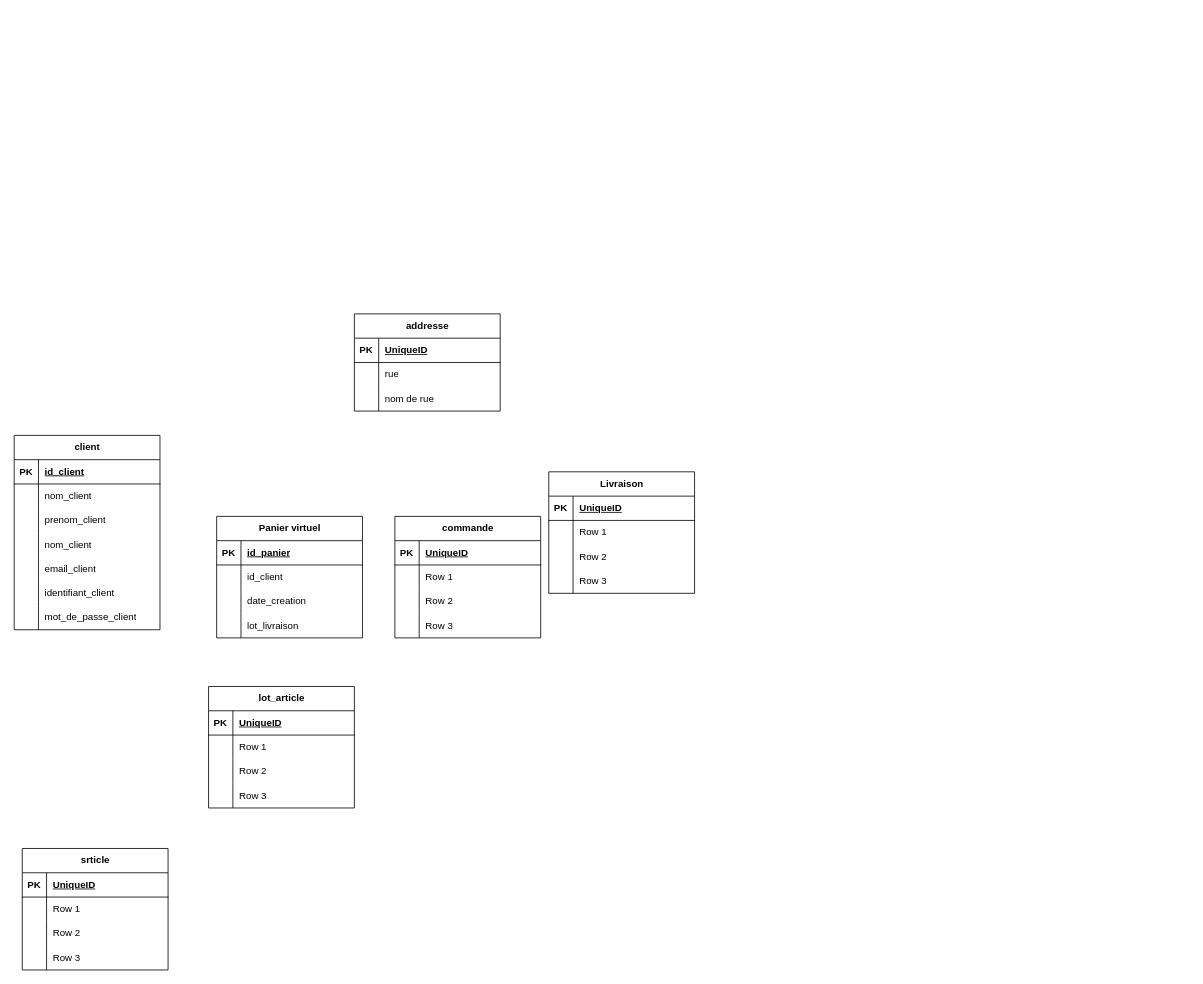
The draw.io diagram modèle site.drawio in franck-code/tests, before the edit. Source tidied: cells renumbered, new cells numbered last; positions are measured from the earlier drawing's top-left corner, leaving out a move shared by most shapes. Both pictures are drawn from the tidied source at 81%, with x=0, y=0 at pixel (14, 313).
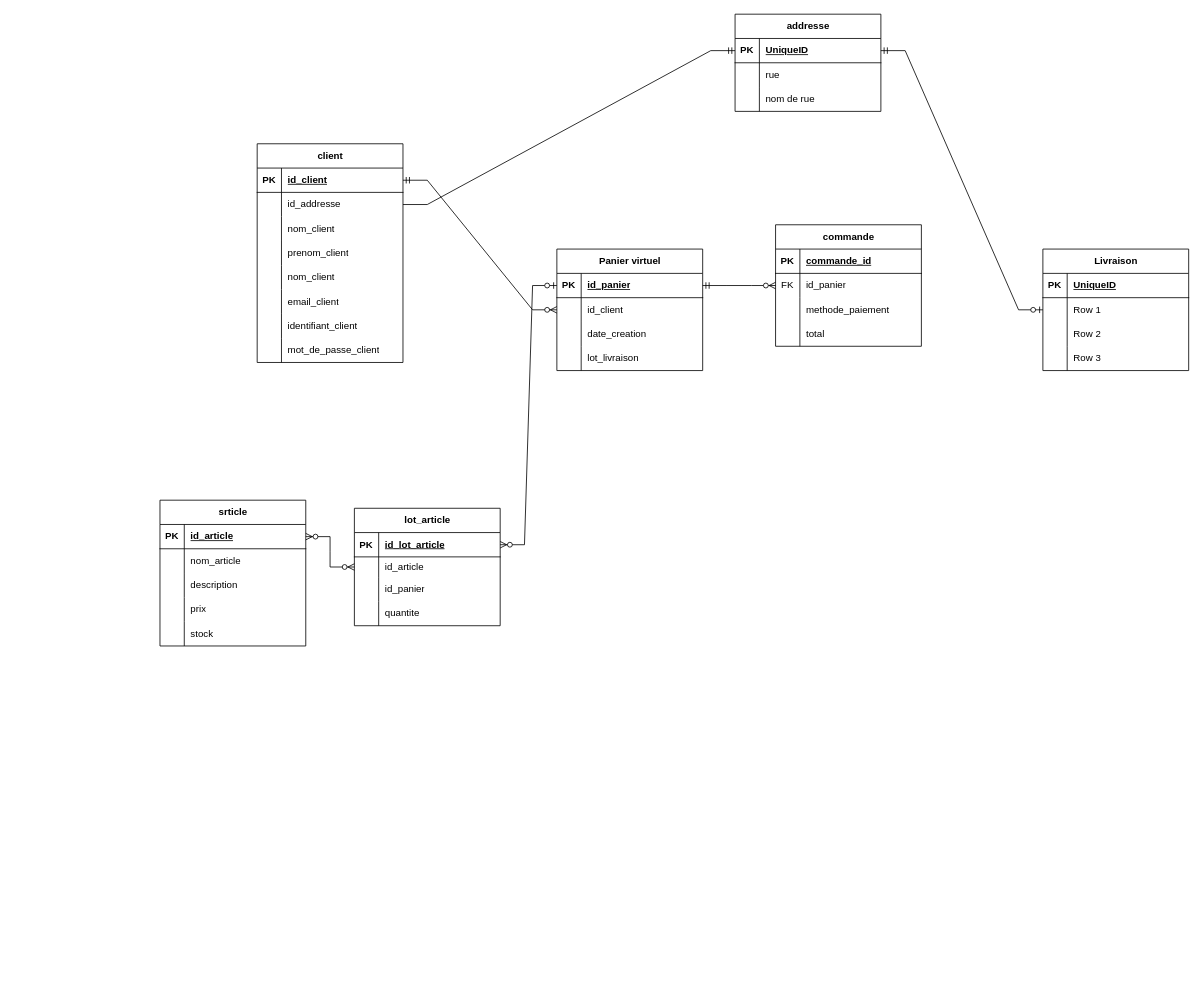
The same page after the edit.

Commit message (it also covers changes not shown here):
Mettre à jour modèle site.drawio

The change refers to these unchanged cells:
```xml
<mxCell id="3" style="shape=tableRow;horizontal=0;startSize=0;swimlaneHead=0;swimlaneBody=0;fillColor=none;points=[[0,0.5],[1,0.5]];portConstraint=eastwest;top=0;left=0;right=0;bottom=1;" parent="2" vertex="1">
  <mxGeometry y="30" width="180" height="30" as="geometry" />
</mxCell>
<mxCell id="25" style="shape=tableRow;horizontal=0;startSize=0;swimlaneHead=0;swimlaneBody=0;fillColor=none;points=[[0,0.5],[1,0.5]];portConstraint=eastwest;top=0;left=0;right=0;bottom=1;" parent="24" vertex="1">
  <mxGeometry y="30" width="180" height="30" as="geometry" />
</mxCell>
<mxCell id="28" style="shape=tableRow;horizontal=0;startSize=0;swimlaneHead=0;swimlaneBody=0;fillColor=none;points=[[0,0.5],[1,0.5]];portConstraint=eastwest;top=0;left=0;right=0;bottom=0;" parent="24" vertex="1">
  <mxGeometry y="60" width="180" height="30" as="geometry" />
</mxCell>
<mxCell id="38" style="shape=tableRow;horizontal=0;startSize=0;swimlaneHead=0;swimlaneBody=0;fillColor=none;points=[[0,0.5],[1,0.5]];portConstraint=eastwest;top=0;left=0;right=0;bottom=1;" parent="37" vertex="1">
  <mxGeometry y="30" width="180" height="30" as="geometry" />
</mxCell>
<mxCell id="51" style="shape=tableRow;horizontal=0;startSize=0;swimlaneHead=0;swimlaneBody=0;fillColor=none;points=[[0,0.5],[1,0.5]];portConstraint=eastwest;top=0;left=0;right=0;bottom=0;" parent="47" vertex="1">
  <mxGeometry y="60" width="180" height="30" as="geometry" />
</mxCell>
<mxCell id="61" style="shape=tableRow;horizontal=0;startSize=0;swimlaneHead=0;swimlaneBody=0;fillColor=none;points=[[0,0.5],[1,0.5]];portConstraint=eastwest;top=0;left=0;right=0;bottom=1;" parent="60" vertex="1">
  <mxGeometry y="30" width="180" height="30" as="geometry" />
</mxCell>
<mxCell id="64" style="shape=tableRow;horizontal=0;startSize=0;swimlaneHead=0;swimlaneBody=0;fillColor=none;top=0;left=0;right=0;bottom=0;" parent="60" vertex="1">
  <mxGeometry y="60" width="180" height="30" as="geometry" />
</mxCell>
<mxCell id="67" style="shape=tableRow;horizontal=0;startSize=0;swimlaneHead=0;swimlaneBody=0;fillColor=none;top=0;left=0;right=0;bottom=0;" parent="60" vertex="1">
  <mxGeometry y="90" width="180" height="30" as="geometry" />
</mxCell>
<mxCell id="70" style="shape=tableRow;horizontal=0;startSize=0;swimlaneHead=0;swimlaneBody=0;fillColor=none;top=0;left=0;right=0;bottom=0;" parent="60" vertex="1">
  <mxGeometry y="120" width="180" height="30" as="geometry" />
</mxCell>
<mxCell id="74" style="shape=tableRow;horizontal=0;startSize=0;swimlaneHead=0;swimlaneBody=0;fillColor=none;points=[[0,0.5],[1,0.5]];portConstraint=eastwest;top=0;left=0;right=0;bottom=1;" parent="73" vertex="1">
  <mxGeometry y="30" width="180" height="30" as="geometry" />
</mxCell>
<mxCell id="87" style="shape=tableRow;horizontal=0;startSize=0;swimlaneHead=0;swimlaneBody=0;fillColor=none;top=0;left=0;right=0;bottom=1;" parent="86" vertex="1">
  <mxGeometry y="30" width="180" height="30" as="geometry" />
</mxCell>
<mxCell id="90" style="shape=tableRow;horizontal=0;startSize=0;swimlaneHead=0;swimlaneBody=0;fillColor=none;points=[[0,0.5],[1,0.5]];portConstraint=eastwest;top=0;left=0;right=0;bottom=0;" parent="86" vertex="1">
  <mxGeometry y="60" width="180" height="30" as="geometry" />
</mxCell>
<mxCell id="93" style="shape=tableRow;horizontal=0;startSize=0;swimlaneHead=0;swimlaneBody=0;fillColor=none;top=0;left=0;right=0;bottom=0;" parent="86" vertex="1">
  <mxGeometry y="90" width="180" height="30" as="geometry" />
</mxCell>
<mxCell id="96" style="shape=tableRow;horizontal=0;startSize=0;swimlaneHead=0;swimlaneBody=0;fillColor=none;top=0;left=0;right=0;bottom=0;" parent="86" vertex="1">
  <mxGeometry y="120" width="180" height="30" as="geometry" />
</mxCell>
```

The edit, as a diff of the source:
```diff
@@
     <mxCell id="2" value="client" style="shape=table;startSize=30;childLayout=tableLayout;rowLines=0;fontStyle=1;align=center;html=1;" parent="1" vertex="1">
-      <mxGeometry y="150" width="180" height="240" as="geometry" />
+      <mxGeometry x="300" y="-210" width="180" height="270" as="geometry" />
     </mxCell>
@@
+    <mxCell id="99" style="shape=tableRow;horizontal=0;startSize=0;swimlaneHead=0;swimlaneBody=0;fillColor=none;points=[[0,0.5],[1,0.5]];portConstraint=eastwest;top=0;left=0;right=0;bottom=0;" parent="2" vertex="1">
+      <mxGeometry y="60" width="180" height="30" as="geometry" />
+    </mxCell>
+    <mxCell id="100" style="shape=partialRectangle;fillColor=none;top=0;left=0;bottom=0;right=0;overflow=hidden;whiteSpace=wrap;html=1;" parent="99" vertex="1">
+      <mxGeometry width="30" height="30" as="geometry" />
+    </mxCell>
+    <mxCell id="101" value="id_addresse" style="shape=partialRectangle;fillColor=none;top=0;left=0;bottom=0;right=0;align=left;spacingLeft=6;overflow=hidden;whiteSpace=wrap;html=1;" parent="99" vertex="1">
+      <mxGeometry x="30" width="150" height="30" as="geometry" />
+    </mxCell>
     <mxCell id="6" style="shape=tableRow;horizontal=0;startSize=0;swimlaneHead=0;swimlaneBody=0;fillColor=none;top=0;left=0;right=0;bottom=0;" parent="2" vertex="1">
-      <mxGeometry y="60" width="180" height="30" as="geometry" />
+      <mxGeometry y="90" width="180" height="30" as="geometry" />
     </mxCell>
@@
     <mxCell id="9" style="shape=tableRow;horizontal=0;startSize=0;swimlaneHead=0;swimlaneBody=0;fillColor=none;top=0;left=0;right=0;bottom=0;" parent="2" vertex="1">
-      <mxGeometry y="90" width="180" height="30" as="geometry" />
+      <mxGeometry y="120" width="180" height="30" as="geometry" />
     </mxCell>
@@
     <mxCell id="12" style="shape=tableRow;horizontal=0;startSize=0;swimlaneHead=0;swimlaneBody=0;fillColor=none;top=0;left=0;right=0;bottom=0;" parent="2" vertex="1">
-      <mxGeometry y="120" width="180" height="30" as="geometry" />
+      <mxGeometry y="150" width="180" height="30" as="geometry" />
     </mxCell>
@@
     <mxCell id="15" style="shape=tableRow;horizontal=0;startSize=0;swimlaneHead=0;swimlaneBody=0;fillColor=none;top=0;left=0;right=0;bottom=0;" parent="2" vertex="1">
-      <mxGeometry y="150" width="180" height="30" as="geometry" />
+      <mxGeometry y="180" width="180" height="30" as="geometry" />
     </mxCell>
@@
     <mxCell id="18" style="shape=tableRow;horizontal=0;startSize=0;swimlaneHead=0;swimlaneBody=0;fillColor=none;top=0;left=0;right=0;bottom=0;" parent="2" vertex="1">
-      <mxGeometry y="180" width="180" height="30" as="geometry" />
+      <mxGeometry y="210" width="180" height="30" as="geometry" />
     </mxCell>
@@
     <mxCell id="21" style="shape=tableRow;horizontal=0;startSize=0;swimlaneHead=0;swimlaneBody=0;fillColor=none;top=0;left=0;right=0;bottom=0;" parent="2" vertex="1">
-      <mxGeometry y="210" width="180" height="30" as="geometry" />
+      <mxGeometry y="240" width="180" height="30" as="geometry" />
     </mxCell>
@@
     <mxCell id="24" value="Panier virtuel" style="shape=table;startSize=30;childLayout=tableLayout;rowLines=0;fontStyle=1;align=center;html=1;" parent="1" vertex="1">
-      <mxGeometry x="250" y="250" width="180" height="150" as="geometry" />
+      <mxGeometry x="670" y="-80" width="180" height="150" as="geometry" />
     </mxCell>
@@
     <mxCell id="37" value="addresse" style="shape=table;startSize=30;childLayout=tableLayout;rowLines=0;fontStyle=1;align=center;html=1;" parent="1" vertex="1">
-      <mxGeometry x="420" width="180" height="120" as="geometry" />
+      <mxGeometry x="890" y="-370" width="180" height="120" as="geometry" />
     </mxCell>
@@
     <mxCell id="47" value="Livraison" style="shape=table;startSize=30;childLayout=tableLayout;rowLines=0;fontStyle=1;align=center;html=1;" parent="1" vertex="1">
-      <mxGeometry x="660" y="195" width="180" height="150" as="geometry" />
+      <mxGeometry x="1270" y="-80" width="180" height="150" as="geometry" />
     </mxCell>
@@
     <mxCell id="60" value="srticle" style="shape=table;startSize=30;childLayout=tableLayout;rowLines=0;fontStyle=1;align=center;html=1;" parent="1" vertex="1">
-      <mxGeometry x="10" y="660" width="180" height="150" as="geometry" />
+      <mxGeometry x="180" y="230" width="180" height="180" as="geometry" />
     </mxCell>
@@
-    <mxCell id="63" value="UniqueID" style="shape=partialRectangle;fillColor=none;top=0;left=0;bottom=0;right=0;align=left;spacingLeft=6;fontStyle=5;overflow=hidden;whiteSpace=wrap;html=1;" parent="61" vertex="1">
+    <mxCell id="63" value="id_article" style="shape=partialRectangle;fillColor=none;top=0;left=0;bottom=0;right=0;align=left;spacingLeft=6;fontStyle=5;overflow=hidden;whiteSpace=wrap;html=1;" parent="61" vertex="1">
       <mxGeometry x="30" width="150" height="30" as="geometry" />
     </mxCell>
@@
-    <mxCell id="66" value="Row 1" style="shape=partialRectangle;fillColor=none;top=0;left=0;bottom=0;right=0;align=left;spacingLeft=6;overflow=hidden;whiteSpace=wrap;html=1;" parent="64" vertex="1">
+    <mxCell id="66" value="nom_article" style="shape=partialRectangle;fillColor=none;top=0;left=0;bottom=0;right=0;align=left;spacingLeft=6;overflow=hidden;whiteSpace=wrap;html=1;" parent="64" vertex="1">
       <mxGeometry x="30" width="150" height="30" as="geometry" />
     </mxCell>
@@
-    <mxCell id="69" value="Row 2" style="shape=partialRectangle;fillColor=none;top=0;left=0;bottom=0;right=0;align=left;spacingLeft=6;overflow=hidden;whiteSpace=wrap;html=1;" parent="67" vertex="1">
+    <mxCell id="69" value="description" style="shape=partialRectangle;fillColor=none;top=0;left=0;bottom=0;right=0;align=left;spacingLeft=6;overflow=hidden;whiteSpace=wrap;html=1;" parent="67" vertex="1">
       <mxGeometry x="30" width="150" height="30" as="geometry" />
     </mxCell>
@@
-    <mxCell id="72" value="Row 3" style="shape=partialRectangle;fillColor=none;top=0;left=0;bottom=0;right=0;align=left;spacingLeft=6;overflow=hidden;whiteSpace=wrap;html=1;" parent="70" vertex="1">
+    <mxCell id="72" value="prix" style="shape=partialRectangle;fillColor=none;top=0;left=0;bottom=0;right=0;align=left;spacingLeft=6;overflow=hidden;whiteSpace=wrap;html=1;" parent="70" vertex="1">
       <mxGeometry x="30" width="150" height="30" as="geometry" />
     </mxCell>
+    <mxCell id="102" style="shape=tableRow;horizontal=0;startSize=0;swimlaneHead=0;swimlaneBody=0;fillColor=none;top=0;left=0;right=0;bottom=0;" parent="60" vertex="1">
+      <mxGeometry y="150" width="180" height="30" as="geometry" />
+    </mxCell>
+    <mxCell id="103" style="shape=partialRectangle;fillColor=none;top=0;left=0;bottom=0;right=0;overflow=hidden;whiteSpace=wrap;html=1;" parent="102" vertex="1">
+      <mxGeometry width="30" height="30" as="geometry" />
+    </mxCell>
+    <mxCell id="104" value="stock" style="shape=partialRectangle;fillColor=none;top=0;left=0;bottom=0;right=0;align=left;spacingLeft=6;overflow=hidden;whiteSpace=wrap;html=1;" parent="102" vertex="1">
+      <mxGeometry x="30" width="150" height="30" as="geometry" />
+    </mxCell>
     <mxCell id="73" value="lot_article" style="shape=table;startSize=30;childLayout=tableLayout;rowLines=0;fontStyle=1;align=center;html=1;" parent="1" vertex="1">
-      <mxGeometry x="240" y="460" width="180" height="150" as="geometry" />
+      <mxGeometry x="420" y="240" width="180" height="145" as="geometry" />
     </mxCell>
@@
-    <mxCell id="76" value="UniqueID" style="shape=partialRectangle;fillColor=none;top=0;left=0;bottom=0;right=0;align=left;spacingLeft=6;fontStyle=5;overflow=hidden;whiteSpace=wrap;html=1;" parent="74" vertex="1">
+    <mxCell id="76" value="id_lot_article" style="shape=partialRectangle;fillColor=none;top=0;left=0;bottom=0;right=0;align=left;spacingLeft=6;fontStyle=5;overflow=hidden;whiteSpace=wrap;html=1;" parent="74" vertex="1">
       <mxGeometry x="30" width="150" height="30" as="geometry" />
     </mxCell>
     <mxCell id="77" style="shape=tableRow;horizontal=0;startSize=0;swimlaneHead=0;swimlaneBody=0;fillColor=none;points=[[0,0.5],[1,0.5]];portConstraint=eastwest;top=0;left=0;right=0;bottom=0;" parent="73" vertex="1">
-      <mxGeometry y="60" width="180" height="30" as="geometry" />
+      <mxGeometry y="60" width="180" height="25" as="geometry" />
     </mxCell>
     <mxCell id="78" style="shape=partialRectangle;fillColor=none;top=0;left=0;bottom=0;right=0;overflow=hidden;whiteSpace=wrap;html=1;" parent="77" vertex="1">
-      <mxGeometry width="30" height="30" as="geometry" />
+      <mxGeometry width="30" height="25" as="geometry" />
     </mxCell>
-    <mxCell id="79" value="Row 1" style="shape=partialRectangle;fillColor=none;top=0;left=0;bottom=0;right=0;align=left;spacingLeft=6;overflow=hidden;whiteSpace=wrap;html=1;" parent="77" vertex="1">
-      <mxGeometry x="30" width="150" height="30" as="geometry" />
+    <mxCell id="79" value="id_article" style="shape=partialRectangle;fillColor=none;top=0;left=0;bottom=0;right=0;align=left;spacingLeft=6;overflow=hidden;whiteSpace=wrap;html=1;" parent="77" vertex="1">
+      <mxGeometry x="30" width="150" height="25" as="geometry" />
     </mxCell>
     <mxCell id="80" style="shape=tableRow;horizontal=0;startSize=0;swimlaneHead=0;swimlaneBody=0;fillColor=none;top=0;left=0;right=0;bottom=0;" parent="73" vertex="1">
-      <mxGeometry y="90" width="180" height="30" as="geometry" />
+      <mxGeometry y="85" width="180" height="30" as="geometry" />
     </mxCell>
@@
-    <mxCell id="82" value="Row 2" style="shape=partialRectangle;fillColor=none;top=0;left=0;bottom=0;right=0;align=left;spacingLeft=6;overflow=hidden;whiteSpace=wrap;html=1;" parent="80" vertex="1">
+    <mxCell id="82" value="id_panier" style="shape=partialRectangle;fillColor=none;top=0;left=0;bottom=0;right=0;align=left;spacingLeft=6;overflow=hidden;whiteSpace=wrap;html=1;" parent="80" vertex="1">
       <mxGeometry x="30" width="150" height="30" as="geometry" />
     </mxCell>
     <mxCell id="83" style="shape=tableRow;horizontal=0;startSize=0;swimlaneHead=0;swimlaneBody=0;fillColor=none;top=0;left=0;right=0;bottom=0;" parent="73" vertex="1">
-      <mxGeometry y="120" width="180" height="30" as="geometry" />
+      <mxGeometry y="115" width="180" height="30" as="geometry" />
     </mxCell>
@@
-    <mxCell id="85" value="Row 3" style="shape=partialRectangle;fillColor=none;top=0;left=0;bottom=0;right=0;align=left;spacingLeft=6;overflow=hidden;whiteSpace=wrap;html=1;" parent="83" vertex="1">
+    <mxCell id="85" value="quantite" style="shape=partialRectangle;fillColor=none;top=0;left=0;bottom=0;right=0;align=left;spacingLeft=6;overflow=hidden;whiteSpace=wrap;html=1;" parent="83" vertex="1">
       <mxGeometry x="30" width="150" height="30" as="geometry" />
     </mxCell>
     <mxCell id="86" value="commande" style="shape=table;startSize=30;childLayout=tableLayout;rowLines=0;fontStyle=1;align=center;html=1;" parent="1" vertex="1">
-      <mxGeometry x="470" y="250" width="180" height="150" as="geometry" />
+      <mxGeometry x="940" y="-110" width="180" height="150" as="geometry" />
     </mxCell>
@@
-    <mxCell id="89" value="UniqueID" style="shape=partialRectangle;fillColor=none;top=0;left=0;bottom=0;right=0;align=left;spacingLeft=6;fontStyle=5;overflow=hidden;whiteSpace=wrap;html=1;" parent="87" vertex="1">
+    <mxCell id="89" value="commande_id" style="shape=partialRectangle;fillColor=none;top=0;left=0;bottom=0;right=0;align=left;spacingLeft=6;fontStyle=5;overflow=hidden;whiteSpace=wrap;html=1;" parent="87" vertex="1">
       <mxGeometry x="30" width="150" height="30" as="geometry" />
     </mxCell>
@@
-    <mxCell id="91" style="shape=partialRectangle;fillColor=none;top=0;left=0;bottom=0;right=0;overflow=hidden;whiteSpace=wrap;html=1;" parent="90" vertex="1">
+    <mxCell id="91" value="FK" style="shape=partialRectangle;fillColor=none;top=0;left=0;bottom=0;right=0;overflow=hidden;whiteSpace=wrap;html=1;" parent="90" vertex="1">
       <mxGeometry width="30" height="30" as="geometry" />
     </mxCell>
-    <mxCell id="92" value="Row 1" style="shape=partialRectangle;fillColor=none;top=0;left=0;bottom=0;right=0;align=left;spacingLeft=6;overflow=hidden;whiteSpace=wrap;html=1;" parent="90" vertex="1">
+    <mxCell id="92" value="id_panier" style="shape=partialRectangle;fillColor=none;top=0;left=0;bottom=0;right=0;align=left;spacingLeft=6;overflow=hidden;whiteSpace=wrap;html=1;" parent="90" vertex="1">
       <mxGeometry x="30" width="150" height="30" as="geometry" />
     </mxCell>
@@
-    <mxCell id="95" value="Row 2" style="shape=partialRectangle;fillColor=none;top=0;left=0;bottom=0;right=0;align=left;spacingLeft=6;overflow=hidden;whiteSpace=wrap;html=1;" parent="93" vertex="1">
+    <mxCell id="95" value="methode_paiement" style="shape=partialRectangle;fillColor=none;top=0;left=0;bottom=0;right=0;align=left;spacingLeft=6;overflow=hidden;whiteSpace=wrap;html=1;" parent="93" vertex="1">
       <mxGeometry x="30" width="150" height="30" as="geometry" />
     </mxCell>
@@
-    <mxCell id="98" value="Row 3" style="shape=partialRectangle;fillColor=none;top=0;left=0;bottom=0;right=0;align=left;spacingLeft=6;overflow=hidden;whiteSpace=wrap;html=1;" parent="96" vertex="1">
+    <mxCell id="98" value="total" style="shape=partialRectangle;fillColor=none;top=0;left=0;bottom=0;right=0;align=left;spacingLeft=6;overflow=hidden;whiteSpace=wrap;html=1;" parent="96" vertex="1">
       <mxGeometry x="30" width="150" height="30" as="geometry" />
     </mxCell>
+    <mxCell id="105" style="edgeStyle=entityRelationEdgeStyle;fontSize=12;html=1;endArrow=ERzeroToMany;startArrow=ERmandOne;rounded=0;entryX=0;entryY=0.5;entryDx=0;entryDy=0;" parent="1" edge="1" source="3" target="28">
+      <mxGeometry relative="1" as="geometry" />
+    </mxCell>
+    <mxCell id="106" style="edgeStyle=entityRelationEdgeStyle;fontSize=12;html=1;endArrow=ERzeroToMany;startArrow=ERmandOne;rounded=0;exitX=1;exitY=0.5;exitDx=0;exitDy=0;entryX=0;entryY=0.5;entryDx=0;entryDy=0;" parent="1" edge="1" source="25" target="90">
+      <mxGeometry relative="1" as="geometry" />
+    </mxCell>
+    <mxCell id="107" style="edgeStyle=entityRelationEdgeStyle;fontSize=12;html=1;endArrow=ERzeroToOne;startArrow=ERmandOne;rounded=0;entryX=0;entryY=0.5;entryDx=0;entryDy=0;exitX=1;exitY=0.5;exitDx=0;exitDy=0;" parent="1" edge="1" source="38" target="51">
+      <mxGeometry relative="1" as="geometry" />
+    </mxCell>
+    <mxCell id="108" style="edgeStyle=entityRelationEdgeStyle;fontSize=12;html=1;endArrow=ERmandOne;rounded=0;entryX=0;entryY=0.5;entryDx=0;entryDy=0;exitX=1;exitY=0.5;exitDx=0;exitDy=0;" parent="1" edge="1" source="99" target="38">
+      <mxGeometry relative="1" as="geometry" />
+    </mxCell>
+    <mxCell id="109" style="edgeStyle=entityRelationEdgeStyle;fontSize=12;html=1;endArrow=ERzeroToMany;endFill=1;startArrow=ERzeroToMany;rounded=0;entryX=0;entryY=0.5;entryDx=0;entryDy=0;exitX=1;exitY=0.5;exitDx=0;exitDy=0;" parent="1" edge="1" source="61" target="77">
+      <mxGeometry relative="1" as="geometry" />
+    </mxCell>
+    <mxCell id="110" style="edgeStyle=entityRelationEdgeStyle;fontSize=12;html=1;endArrow=ERzeroToMany;startArrow=ERzeroToOne;rounded=0;entryX=1;entryY=0.5;entryDx=0;entryDy=0;exitX=0;exitY=0.5;exitDx=0;exitDy=0;" parent="1" edge="1" source="25" target="74">
+      <mxGeometry relative="1" as="geometry" />
+    </mxCell>
```
